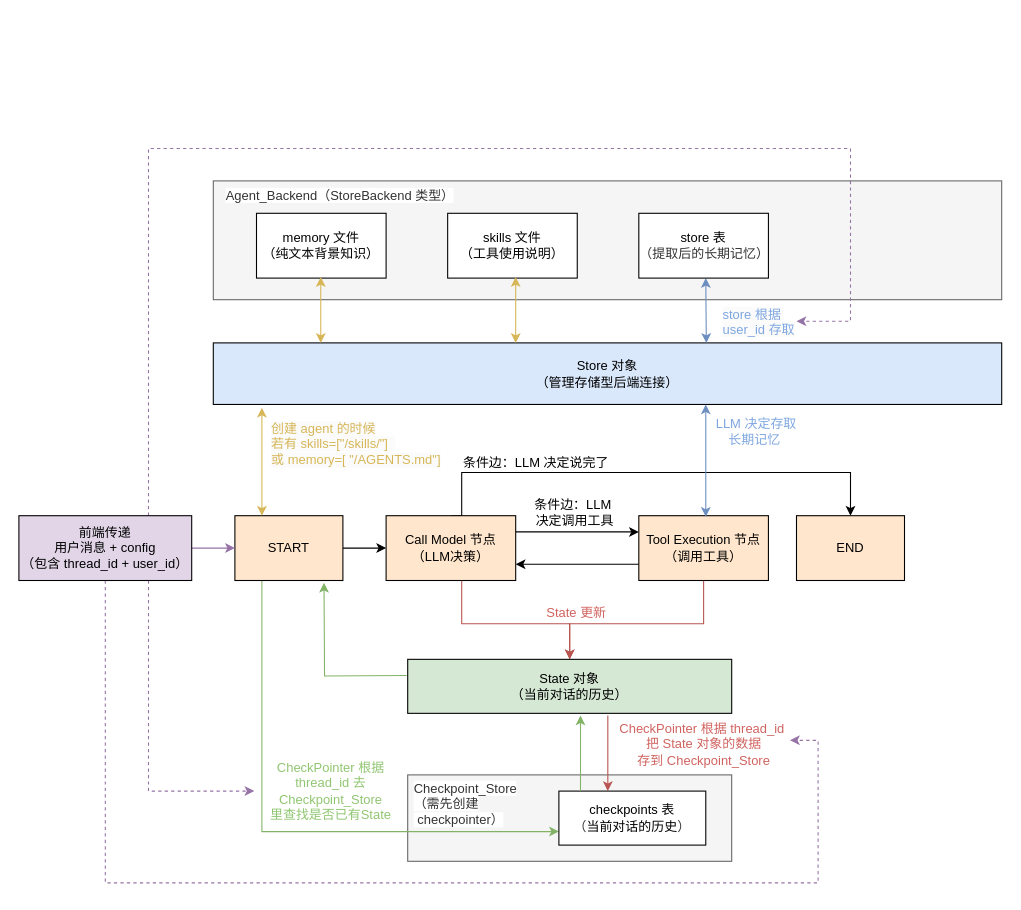
This is Notes/deepagents_memory.drawio from pluvo070/AI-Learning-Lab, a draw.io file, before an edit. Source tidied: cells renumbered, new cells numbered last; positions are measured from the earlier drawing's top-left corner, leaving out a move shared by most shapes. Both pictures are drawn from the tidied source at 108%, with x=0, y=0 at pixel (18, 148).
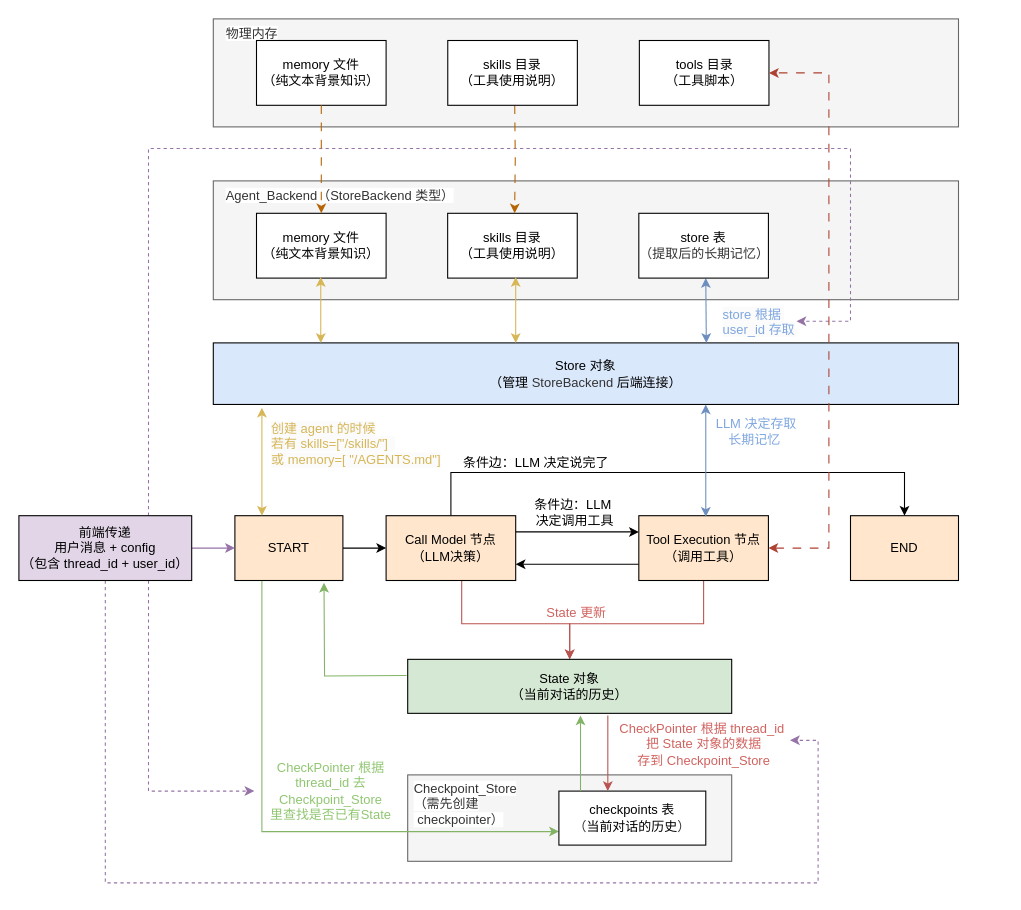
The same page after the edit.

Unchanged cells that the change refers to:
```xml
<mxCell id="12" value="&lt;span style=&quot;background-color: transparent; color: light-dark(rgb(0, 0, 0), rgb(255, 255, 255));&quot;&gt;Tool Execution 节点&lt;/span&gt;&lt;div&gt;（调用工具）&lt;/div&gt;" style="rounded=0;whiteSpace=wrap;html=1;fillColor=#ffe6cc;strokeColor=light-dark(#000000, #996500);" parent="1" vertex="1">
  <mxGeometry x="574" y="340" width="120" height="60" as="geometry" />
</mxCell>
```

What changed in the source:
```diff
@@
     <mxCell id="13" value="END" style="rounded=0;whiteSpace=wrap;html=1;fillColor=#ffe6cc;strokeColor=light-dark(#000000, #996500);" parent="1" vertex="1">
-      <mxGeometry x="720" y="340" width="100" height="60" as="geometry" />
+      <mxGeometry x="770" y="340" width="100" height="60" as="geometry" />
     </mxCell>
@@
     <mxCell id="21" value="&lt;span style=&quot;background-color: transparent; color: light-dark(rgb(0, 0, 0), rgb(255, 255, 255));&quot;&gt;&lt;br&gt;&lt;/span&gt;" style="rounded=0;whiteSpace=wrap;html=1;fillColor=#f5f5f5;strokeColor=#666666;fontColor=#333333;" parent="1" vertex="1">
-      <mxGeometry x="180" y="30" width="730" height="110" as="geometry" />
+      <mxGeometry x="180" y="30" width="690" height="110" as="geometry" />
     </mxCell>
@@
-    <mxCell id="28" value="Store 对象&lt;div&gt;（管理存储型后端连接）&lt;/div&gt;" style="rounded=0;whiteSpace=wrap;html=1;fillColor=#dae8fc;strokeColor=light-dark(#000000, #5c79a3);" parent="1" vertex="1">
-      <mxGeometry x="180" y="180" width="730" height="57" as="geometry" />
+    <mxCell id="28" value="Store 对象&lt;div&gt;（管理&amp;nbsp;&lt;span style=&quot;color: rgb(51, 51, 51);&quot;&gt;StoreBackend&amp;nbsp;&lt;/span&gt;后端连接）&lt;/div&gt;" style="rounded=0;whiteSpace=wrap;html=1;fillColor=#dae8fc;strokeColor=light-dark(#000000, #5c79a3);" parent="1" vertex="1">
+      <mxGeometry x="180" y="180" width="690" height="57" as="geometry" />
     </mxCell>
@@
-    <mxCell id="39" value="skills 文件&lt;div&gt;（工具使用说明）&lt;/div&gt;" style="rounded=0;whiteSpace=wrap;html=1;" parent="1" vertex="1">
+    <mxCell id="39" value="skills 目录&lt;div&gt;（工具使用说明）&lt;/div&gt;" style="rounded=0;whiteSpace=wrap;html=1;" parent="1" vertex="1">
       <mxGeometry x="397" y="60" width="120" height="60" as="geometry" />
     </mxCell>
@@
+    <mxCell id="44" value="&lt;span style=&quot;background-color: transparent; color: light-dark(rgb(0, 0, 0), rgb(255, 255, 255));&quot;&gt;&lt;br&gt;&lt;/span&gt;" style="rounded=0;whiteSpace=wrap;html=1;fillColor=#f5f5f5;strokeColor=#666666;fontColor=#333333;" parent="1" vertex="1">
+      <mxGeometry x="180" y="-120" width="690" height="100" as="geometry" />
+    </mxCell>
+    <mxCell id="45" value="&lt;span style=&quot;color: rgb(51, 51, 51); font-family: Helvetica; font-size: 12px; font-style: normal; font-variant-ligatures: normal; font-variant-caps: normal; font-weight: 400; letter-spacing: normal; orphans: 2; text-align: center; text-indent: 0px; text-transform: none; widows: 2; word-spacing: 0px; -webkit-text-stroke-width: 0px; white-space: normal; background-color: rgb(255, 255, 255); text-decoration-thickness: initial; text-decoration-style: initial; text-decoration-color: initial; float: none; display: inline !important;&quot;&gt;物理内存&lt;/span&gt;" style="text;whiteSpace=wrap;html=1;" parent="1" vertex="1">
+      <mxGeometry x="190" y="-120" width="60" height="20" as="geometry" />
+    </mxCell>
+    <mxCell id="46" style="edgeStyle=orthogonalEdgeStyle;rounded=0;orthogonalLoop=1;jettySize=auto;html=1;exitX=0.5;exitY=1;exitDx=0;exitDy=0;entryX=0.5;entryY=0;entryDx=0;entryDy=0;dashed=1;dashPattern=8 8;fillColor=#fad7ac;strokeColor=#b46504;" parent="1" edge="1">
+      <mxGeometry relative="1" as="geometry">
+        <mxPoint x="459.1" y="-40" as="sourcePoint" />
+        <mxPoint x="459" y="60" as="targetPoint" />
+      </mxGeometry>
+    </mxCell>
+    <mxCell id="47" value="skills 目录&lt;div&gt;（工具使用说明）&lt;/div&gt;" style="rounded=0;whiteSpace=wrap;html=1;" parent="1" vertex="1">
+      <mxGeometry x="397.1" y="-100" width="120" height="60" as="geometry" />
+    </mxCell>
+    <mxCell id="48" value="tools 目录&lt;div&gt;（工具脚本）&lt;/div&gt;" style="rounded=0;whiteSpace=wrap;html=1;" parent="1" vertex="1">
+      <mxGeometry x="574.5" y="-100" width="120" height="60" as="geometry" />
+    </mxCell>
+    <mxCell id="49" style="edgeStyle=orthogonalEdgeStyle;rounded=0;jettySize=auto;html=1;exitX=1;exitY=0.5;exitDx=0;exitDy=0;entryX=1;entryY=0.5;entryDx=0;entryDy=0;fillColor=#fad9d5;strokeColor=#ae4132;dashed=1;dashPattern=8 8;startArrow=classic;startFill=1;" parent="1" edge="1" source="12" target="48">
+      <mxGeometry relative="1" as="geometry">
+        <Array as="points">
+          <mxPoint x="750" y="370" />
+          <mxPoint x="750" y="-70" />
+        </Array>
+      </mxGeometry>
+    </mxCell>
+    <mxCell id="50" value="memory 文件&lt;div&gt;（纯文本背景知识）&lt;/div&gt;" style="rounded=0;whiteSpace=wrap;html=1;" parent="1" vertex="1">
+      <mxGeometry x="220" y="-100" width="120" height="60" as="geometry" />
+    </mxCell>
+    <mxCell id="51" style="edgeStyle=orthogonalEdgeStyle;rounded=0;orthogonalLoop=1;jettySize=auto;html=1;exitX=0.5;exitY=1;exitDx=0;exitDy=0;entryX=0.5;entryY=0;entryDx=0;entryDy=0;dashed=1;dashPattern=8 8;fillColor=#fad7ac;strokeColor=#b46504;" parent="1" edge="1">
+      <mxGeometry relative="1" as="geometry">
+        <mxPoint x="280" y="-40" as="sourcePoint" />
+        <mxPoint x="280" y="60" as="targetPoint" />
+      </mxGeometry>
+    </mxCell>
```
